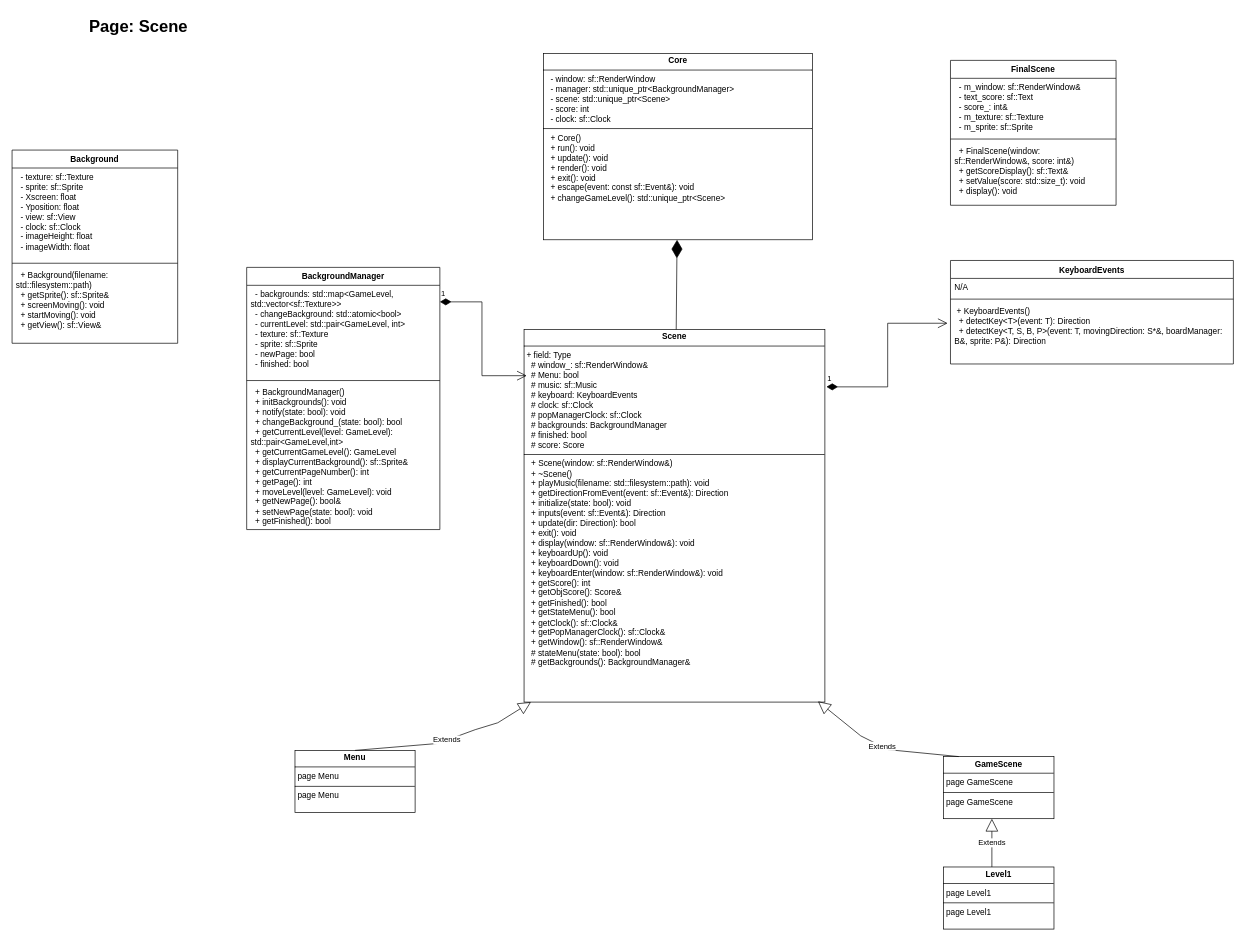
This is page "Scene" (1 of 5) of Diagramme sans nom.drawio from Bird120/FlightToHFT, a draw.io file, before an edit. Source tidied: cells renumbered, new cells numbered last; positions are measured from the earlier drawing's top-left corner, leaving out a move shared by most shapes. Both pictures are drawn from the tidied source at 69%, with x=0, y=0 at pixel (12, 12).
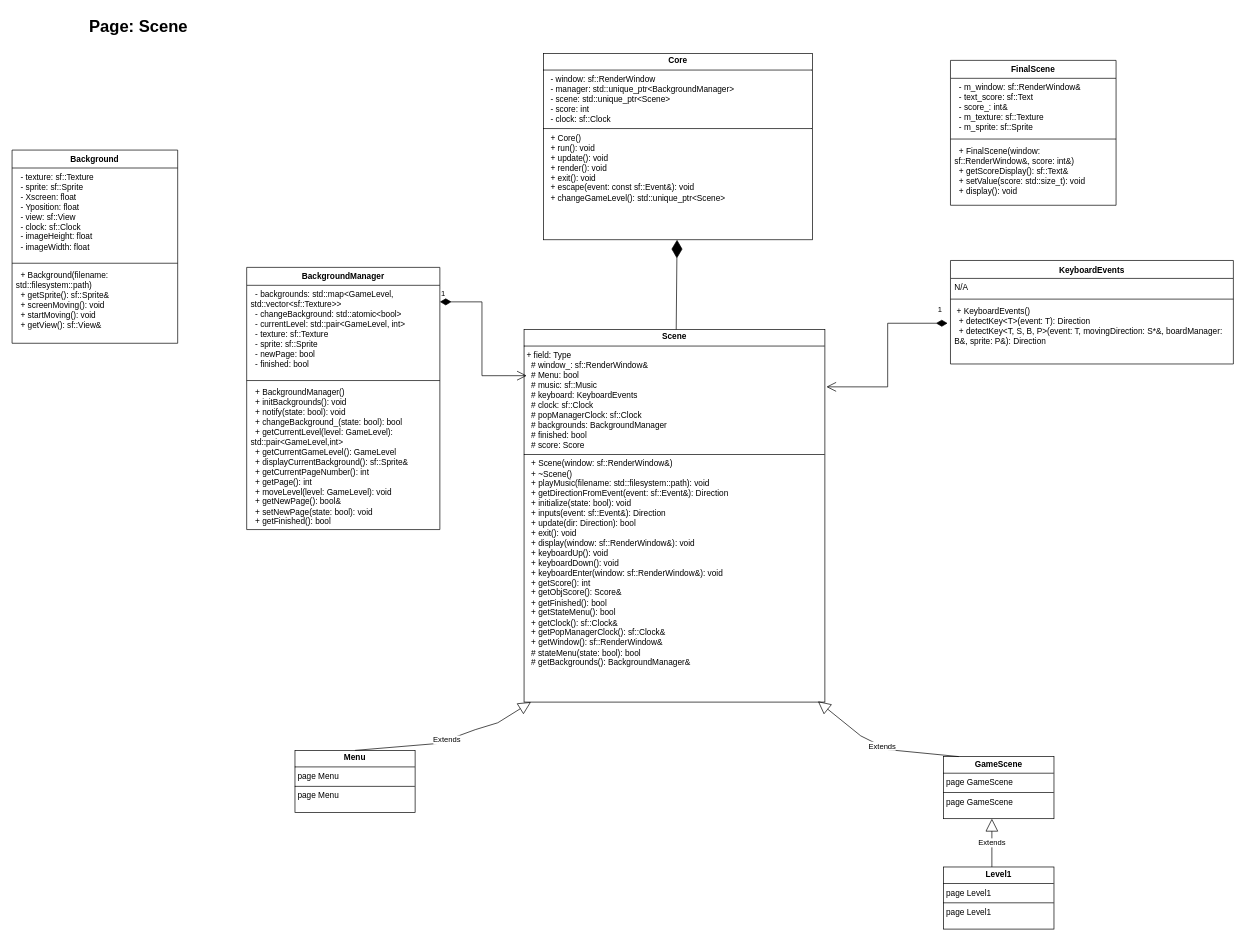
The same page after the edit.

The change refers to these unchanged cells:
```xml
<mxCell id="2" style="group;" parent="1" vertex="1">
  <mxGeometry width="1770" height="1329" as="geometry" />
</mxCell>
<mxCell id="9" value="&lt;p style=&quot;margin:0px;margin-top:4px;text-align:center;&quot;&gt;&lt;b&gt;Scene&lt;/b&gt;&lt;/p&gt;&lt;hr size=&quot;1&quot; style=&quot;border-style:solid;&quot;&gt;&lt;p style=&quot;margin:0px;margin-left:4px;&quot;&gt;+ field: Type&lt;/p&gt;&lt;p style=&quot;margin:0px;margin-left:4px;&quot;&gt;&amp;nbsp; # window_: sf::RenderWindow&amp;amp;&lt;br&gt;&amp;nbsp; # Menu: bool&lt;br&gt;&amp;nbsp; # music: sf::Music&lt;br&gt;&amp;nbsp; # keyboard: KeyboardEvents&lt;br&gt;&amp;nbsp; # clock: sf::Clock&lt;br&gt;&amp;nbsp; # popManagerClock: sf::Clock&lt;br&gt;&amp;nbsp; # backgrounds: BackgroundManager&lt;br&gt;&amp;nbsp; # finished: bool&lt;br&gt;&amp;nbsp; # score: Score&lt;/p&gt;&lt;hr size=&quot;1&quot; style=&quot;border-style:solid;&quot;&gt;&lt;p style=&quot;margin:0px;margin-left:4px;&quot;&gt;&amp;nbsp; + Scene(window: sf::RenderWindow&amp;amp;)&lt;br&gt;&amp;nbsp; + ~Scene()&lt;br&gt;&amp;nbsp; + playMusic(filename: std::filesystem::path): void&lt;br&gt;&amp;nbsp; + getDirectionFromEvent(event: sf::Event&amp;amp;): Direction&lt;br&gt;&amp;nbsp; + initialize(state: bool): void&lt;br&gt;&amp;nbsp; + inputs(event: sf::Event&amp;amp;): Direction&lt;br&gt;&amp;nbsp; + update(dir: Direction): bool&lt;br&gt;&amp;nbsp; + exit(): void&lt;br&gt;&amp;nbsp; + display(window: sf::RenderWindow&amp;amp;): void&lt;br&gt;&amp;nbsp; + keyboardUp(): void&lt;br&gt;&amp;nbsp; + keyboardDown(): void&lt;br&gt;&amp;nbsp; + keyboardEnter(window: sf::RenderWindow&amp;amp;): void&lt;br&gt;&amp;nbsp; + getScore(): int&lt;br&gt;&amp;nbsp; + getObjScore(): Score&amp;amp;&lt;br&gt;&amp;nbsp; + getFinished(): bool&lt;br&gt;&amp;nbsp; + getStateMenu(): bool&lt;br&gt;&amp;nbsp; + getClock(): sf::Clock&amp;amp;&lt;br&gt;&amp;nbsp; + getPopManagerClock(): sf::Clock&amp;amp;&lt;br&gt;&amp;nbsp; + getWindow(): sf::RenderWindow&amp;amp;&lt;/p&gt;&lt;p style=&quot;margin:0px;margin-left:4px;&quot;&gt;&amp;nbsp; # stateMenu(state: bool): bool&lt;br&gt;&amp;nbsp; # getBackgrounds(): BackgroundManager&amp;amp;&lt;/p&gt;" style="verticalAlign=top;align=left;overflow=fill;html=1;whiteSpace=wrap;" parent="2" vertex="1">
  <mxGeometry x="742" y="460" width="436" height="540" as="geometry" />
</mxCell>
<mxCell id="24" value="&amp;nbsp;+ KeyboardEvents()&lt;br&gt;&amp;nbsp; + detectKey&amp;lt;T&amp;gt;(event: T): Direction&lt;br&gt;&amp;nbsp; + detectKey&amp;lt;T, S, B, P&amp;gt;(event: T, movingDirection: S*&amp;amp;, boardManager: B&amp;amp;, sprite: P&amp;amp;): Direction" style="text;strokeColor=none;fillColor=none;align=left;verticalAlign=top;spacingLeft=4;spacingRight=4;overflow=hidden;points=[[0,0.5],[1,0.5]];portConstraint=eastwest;whiteSpace=wrap;html=1;" parent="21" vertex="1">
  <mxGeometry y="60" width="410" height="90" as="geometry" />
</mxCell>
```

The edit, as a diff of the source:
```diff
@@
-    <mxCell id="30" value="1" style="endArrow=open;html=1;endSize=12;startArrow=diamondThin;startSize=14;startFill=1;edgeStyle=orthogonalEdgeStyle;align=left;verticalAlign=bottom;rounded=0;entryX=-0.01;entryY=0.344;entryDx=0;entryDy=0;entryPerimeter=0;exitX=1.005;exitY=0.154;exitDx=0;exitDy=0;exitPerimeter=0;" parent="2" edge="1" source="9" target="24">
-      <mxGeometry x="-1" y="3" relative="1" as="geometry" />
+    <mxCell id="30" value="1" style="endArrow=open;html=1;endSize=12;startArrow=diamondThin;startSize=14;startFill=1;edgeStyle=orthogonalEdgeStyle;align=left;verticalAlign=bottom;rounded=0;entryX=1.005;entryY=0.154;entryDx=0;entryDy=0;entryPerimeter=0;exitX=-0.01;exitY=0.344;exitDx=0;exitDy=0;exitPerimeter=0;" parent="2" edge="1" source="24" target="9">
+      <mxGeometry x="-0.88" y="-11" relative="1" as="geometry" />
     </mxCell>
```
